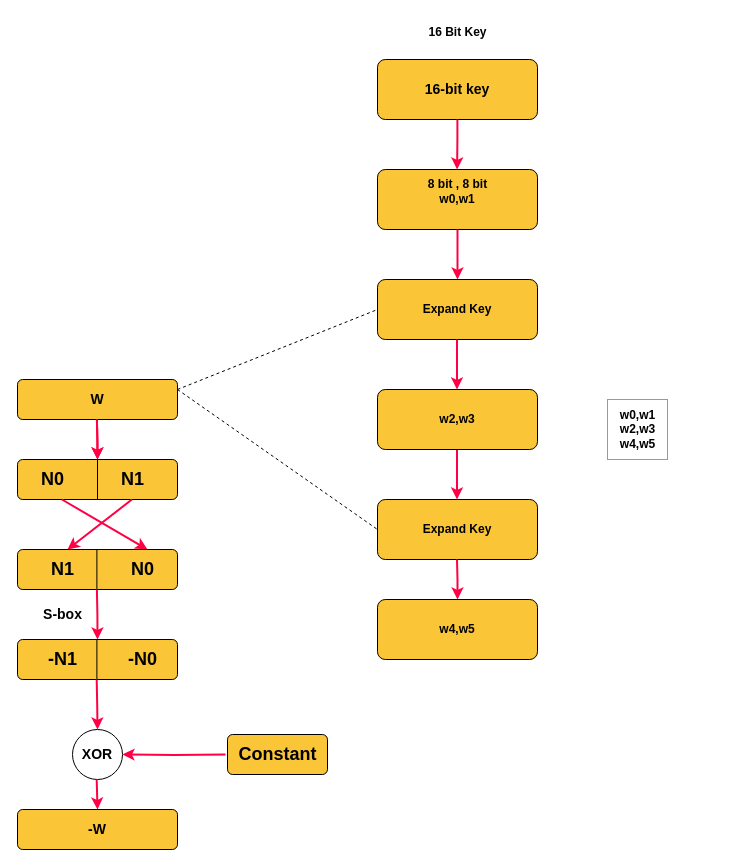
Earlier version of the draw.io diagram Lecture 5/Key_Generation.drawio (adham20022023/Information_security). Source tidied: cells renumbered, new cells numbered last; positions are measured from the earlier drawing's top-left corner, leaving out a move shared by most shapes. Both pictures are drawn from the tidied source at 100%, with x=0, y=0 at pixel (17, 17).
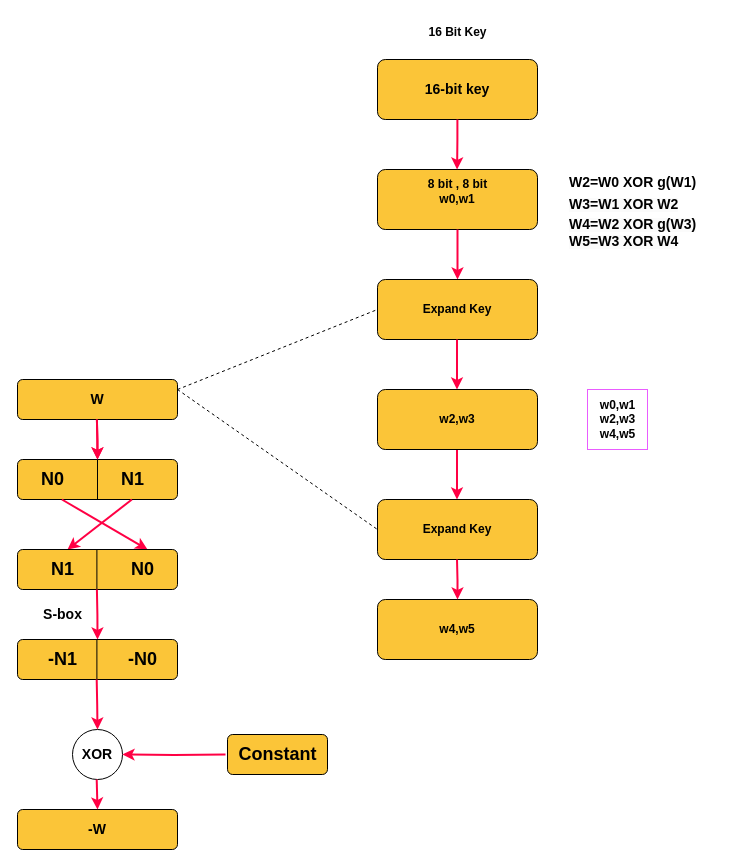
Above is the later version.

Diff of the diagram source:
```diff
@@
     <mxCell id="10" value="&lt;b&gt;w0,w1&lt;br&gt;w2,w3&lt;br&gt;w4,w5&lt;/b&gt;" style="text;html=1;align=center;verticalAlign=middle;strokeColor=#E95CFF;fillColor=none;" parent="1" vertex="1">
-      <mxGeometry x="590" y="382" width="60" height="60" as="geometry" />
+      <mxGeometry x="570" y="372" width="60" height="60" as="geometry" />
     </mxCell>
@@
+    <mxCell id="44" value="&lt;b&gt;&lt;font style=&quot;font-size: 14px;&quot;&gt;W2=W0 XOR g(W1)&lt;br&gt;&lt;/font&gt;&lt;/b&gt;" style="text;html=1;align=center;verticalAlign=middle;strokeColor=none;fillColor=none;" parent="1" vertex="1">
+      <mxGeometry x="540" y="150" width="150" height="30" as="geometry" />
+    </mxCell>
+    <mxCell id="45" value="&lt;b style=&quot;border-color: var(--border-color); color: rgb(0, 0, 0); font-family: Helvetica; font-size: 12px; font-style: normal; font-variant-ligatures: normal; font-variant-caps: normal; letter-spacing: normal; orphans: 2; text-align: center; text-indent: 0px; text-transform: none; widows: 2; word-spacing: 0px; -webkit-text-stroke-width: 0px; background-color: rgb(251, 251, 251); text-decoration-thickness: initial; text-decoration-style: initial; text-decoration-color: initial;&quot;&gt;&lt;font style=&quot;border-color: var(--border-color); font-size: 14px;&quot;&gt;W3=W1 XOR W2&lt;/font&gt;&lt;/b&gt;" style="text;whiteSpace=wrap;html=1;" parent="1" vertex="1">
+      <mxGeometry x="550" y="172" width="160" height="40" as="geometry" />
+    </mxCell>
+    <mxCell id="46" value="&lt;b style=&quot;border-color: var(--border-color); color: rgb(0, 0, 0); font-family: Helvetica; font-size: 12px; font-style: normal; font-variant-ligatures: normal; font-variant-caps: normal; letter-spacing: normal; orphans: 2; text-align: center; text-indent: 0px; text-transform: none; widows: 2; word-spacing: 0px; -webkit-text-stroke-width: 0px; background-color: rgb(251, 251, 251); text-decoration-thickness: initial; text-decoration-style: initial; text-decoration-color: initial;&quot;&gt;&lt;font style=&quot;border-color: var(--border-color); font-size: 14px;&quot;&gt;W4=W2 XOR g(W3)&lt;br&gt;W5=W3 XOR W4&lt;br&gt;&lt;/font&gt;&lt;/b&gt;" style="text;whiteSpace=wrap;html=1;" parent="1" vertex="1">
+      <mxGeometry x="550" y="192" width="160" height="40" as="geometry" />
+    </mxCell>
```
